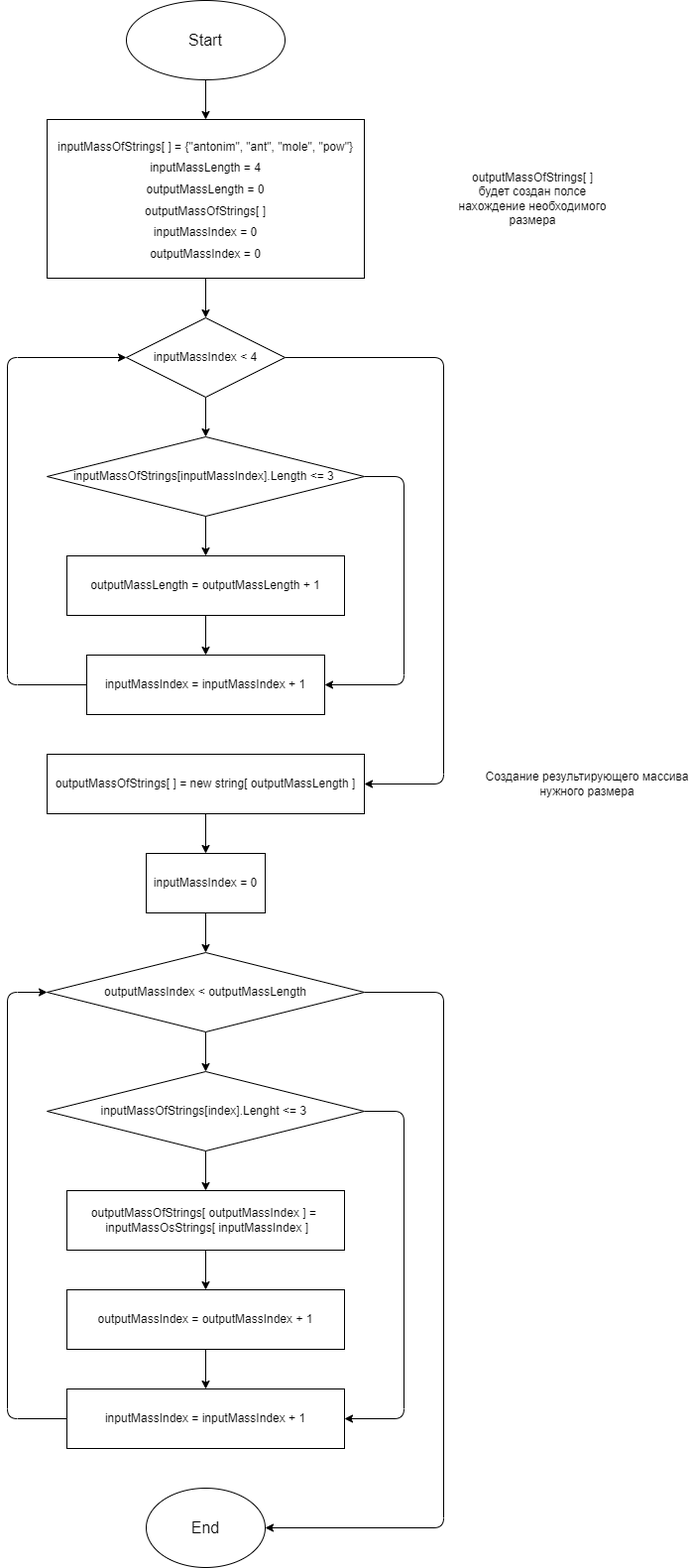
The draw.io diagram Блок-схема.drawio.png in Chell406/Total-project-GB, before a commit. Source tidied: cells renumbered, new cells last; positions are measured from the earlier drawing's top-left corner, leaving out a move shared by most shapes.
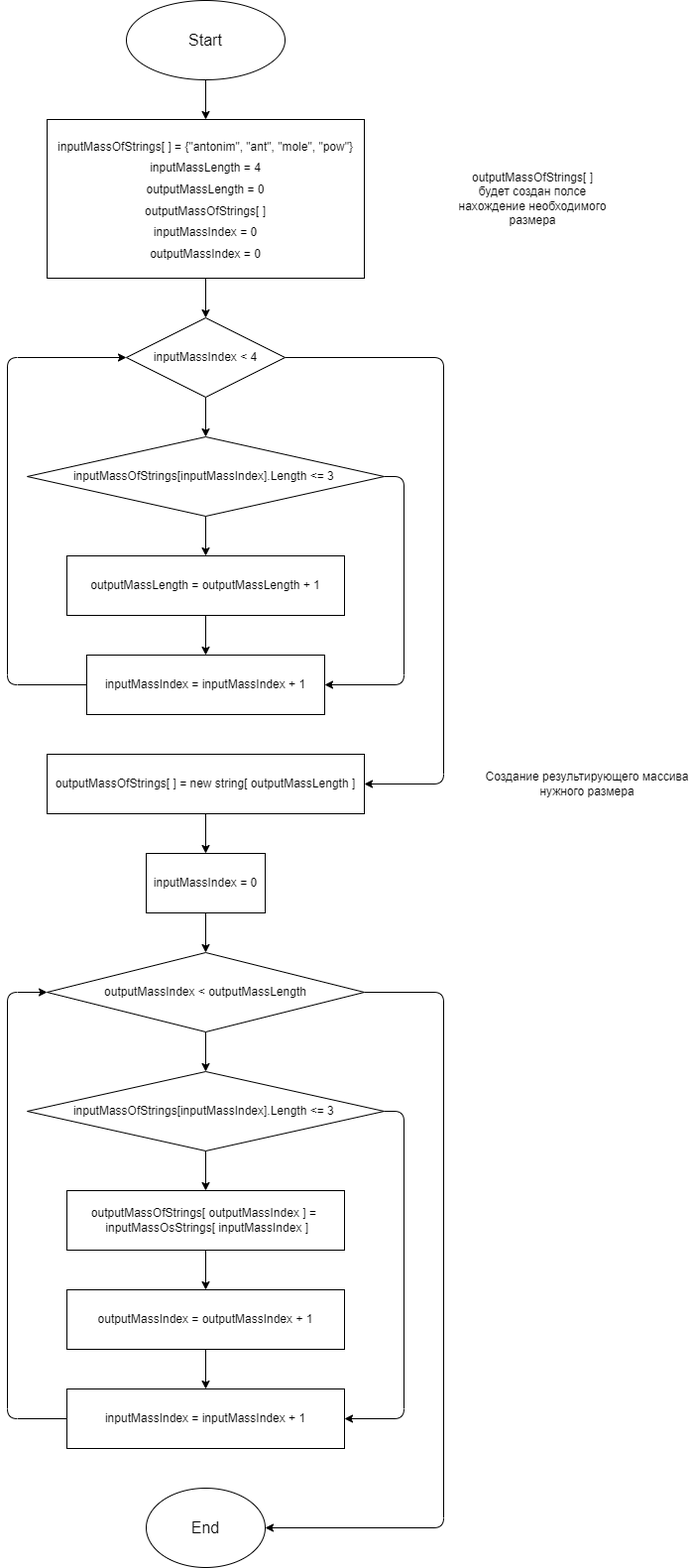
Later version of the same file.

Commit message:
Исправил имя индекса в ветвлении во втором цикле на inputMassIndex вместо index

The edit, as a diff of the source:
```diff
@@ -51,7 +51,7 @@
       </mxGeometry>
     </mxCell>
     <mxCell id="13" value="&lt;span&gt;inputMassOfStrings[inputMassIndex].Length &amp;lt;= 3&amp;nbsp;&lt;/span&gt;" style="rhombus;whiteSpace=wrap;html=1;fontSize=12;" parent="1" vertex="1">
-      <mxGeometry x="40" y="440" width="320" height="80" as="geometry" />
+      <mxGeometry x="20" y="440" width="360" height="80" as="geometry" />
     </mxCell>
     <mxCell id="14" style="edgeStyle=none;html=1;fontSize=12;" parent="1" edge="1" source="15" target="10">
       <mxGeometry relative="1" as="geometry" />
@@ -105,8 +105,8 @@
         </Array>
       </mxGeometry>
     </mxCell>
-    <mxCell id="28" value="&lt;span&gt;inputMassOfStrings[index].Lenght &amp;lt;= 3&amp;nbsp;&lt;/span&gt;" style="rhombus;whiteSpace=wrap;html=1;fontSize=12;" parent="1" vertex="1">
-      <mxGeometry x="40" y="1080" width="320" height="80" as="geometry" />
+    <mxCell id="28" value="&lt;span&gt;inputMassOfStrings[&lt;/span&gt;inputMassIndex&lt;span&gt;].Length &amp;lt;= 3&amp;nbsp;&lt;/span&gt;" style="rhombus;whiteSpace=wrap;html=1;fontSize=12;" parent="1" vertex="1">
+      <mxGeometry x="20" y="1080" width="360" height="80" as="geometry" />
     </mxCell>
     <mxCell id="29" style="edgeStyle=none;html=1;fontSize=12;" parent="1" edge="1" source="30" target="25">
       <mxGeometry relative="1" as="geometry" />
```
